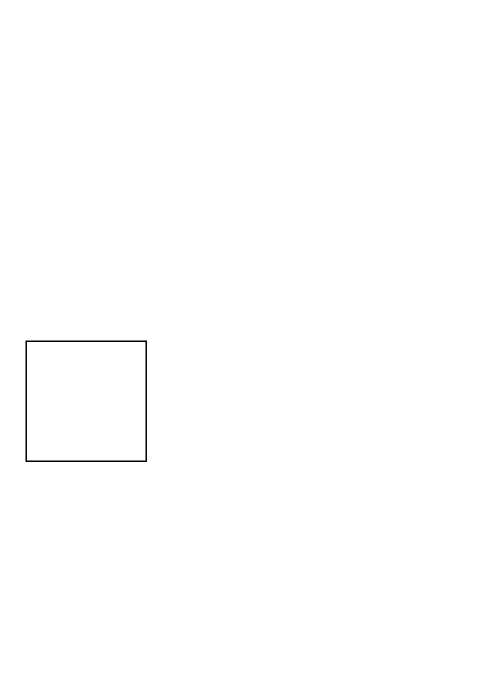
The draw.io diagram Diagram bez tytułu.drawio in SZEWACNTER/Obiekty, before the edit. Source tidied: cells renumbered, new cells numbered last; positions are measured from the earlier drawing's top-left corner, leaving out a move shared by most shapes. Both pictures are drawn from the tidied source at 150%, with x=0, y=0 at pixel (26, 340).
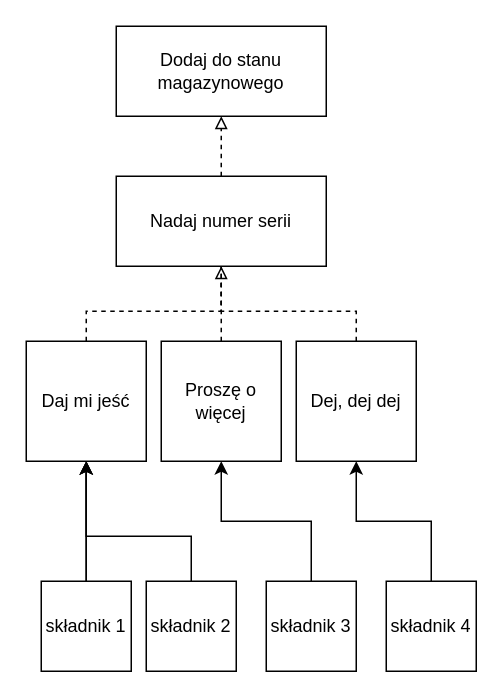
The same diagram, later.

Change to the diagram source:
```diff
@@
-    <mxCell id="2" style="whiteSpace=wrap;html=1;" parent="1" vertex="1">
+    <mxCell id="2" value="Daj mi jeść" style="whiteSpace=wrap;html=1;" parent="1" vertex="1">
       <mxGeometry width="80" height="80" as="geometry" />
     </mxCell>
+    <mxCell id="3" value="Dodaj do stanu magazynowego" style="whiteSpace=wrap;html=1;" parent="1" vertex="1">
+      <mxGeometry x="60" y="-210" width="140" height="60" as="geometry" />
+    </mxCell>
+    <mxCell id="4" style="edgeStyle=orthogonalEdgeStyle;rounded=0;orthogonalLoop=1;jettySize=auto;html=1;exitX=0.5;exitY=1;exitDx=0;exitDy=0;" parent="1" edge="1" source="2" target="2">
+      <mxGeometry relative="1" as="geometry" />
+    </mxCell>
+    <mxCell id="5" value="Proszę o więcej" style="whiteSpace=wrap;html=1;" parent="1" vertex="1">
+      <mxGeometry x="90" width="80" height="80" as="geometry" />
+    </mxCell>
+    <mxCell id="6" value="Dej, dej dej" style="whiteSpace=wrap;html=1;" parent="1" vertex="1">
+      <mxGeometry x="180" width="80" height="80" as="geometry" />
+    </mxCell>
+    <mxCell id="7" style="edgeStyle=orthogonalEdgeStyle;rounded=0;jettySize=auto;html=1;" parent="1" edge="1" source="8" target="2">
+      <mxGeometry relative="1" as="geometry" />
+    </mxCell>
+    <mxCell id="8" value="składnik 1" style="whiteSpace=wrap;html=1;" parent="1" vertex="1">
+      <mxGeometry x="10" y="160" width="60" height="60" as="geometry" />
+    </mxCell>
+    <mxCell id="9" value="składnik 2" style="whiteSpace=wrap;html=1;" parent="1" vertex="1">
+      <mxGeometry x="80" y="160" width="60" height="60" as="geometry" />
+    </mxCell>
+    <mxCell id="10" value="składnik 3" style="whiteSpace=wrap;html=1;" parent="1" vertex="1">
+      <mxGeometry x="160" y="160" width="60" height="60" as="geometry" />
+    </mxCell>
+    <mxCell id="11" value="składnik 4" style="whiteSpace=wrap;html=1;" parent="1" vertex="1">
+      <mxGeometry x="240" y="160" width="60" height="60" as="geometry" />
+    </mxCell>
+    <mxCell id="12" style="endArrow=classic;html=1;rounded=0;entryX=0.5;entryY=1;entryDx=0;entryDy=0;exitX=0.5;exitY=0;exitDx=0;exitDy=0;" parent="1" edge="1" source="8" target="2">
+      <mxGeometry relative="1" as="geometry" />
+    </mxCell>
+    <mxCell id="13" style="endArrow=classic;html=1;rounded=0;exitX=0.5;exitY=0;exitDx=0;exitDy=0;" parent="1" edge="1" source="9">
+      <mxGeometry relative="1" as="geometry">
+        <mxPoint x="40" y="80" as="targetPoint" />
+        <Array as="points">
+          <mxPoint x="110" y="130" />
+          <mxPoint x="40" y="130" />
+        </Array>
+      </mxGeometry>
+    </mxCell>
+    <mxCell id="14" style="endArrow=classic;html=1;rounded=0;exitX=0.5;exitY=0;exitDx=0;exitDy=0;entryX=0.5;entryY=1;entryDx=0;entryDy=0;" parent="1" edge="1" source="10" target="5">
+      <mxGeometry relative="1" as="geometry">
+        <Array as="points">
+          <mxPoint x="190" y="120" />
+          <mxPoint x="130" y="120" />
+        </Array>
+      </mxGeometry>
+    </mxCell>
+    <mxCell id="15" style="endArrow=classic;html=1;rounded=0;exitX=0.5;exitY=0;exitDx=0;exitDy=0;entryX=0.5;entryY=1;entryDx=0;entryDy=0;" parent="1" edge="1" source="11">
+      <mxGeometry relative="1" as="geometry">
+        <mxPoint x="220" y="80" as="targetPoint" />
+        <Array as="points">
+          <mxPoint x="270" y="120" />
+          <mxPoint x="220" y="120" />
+        </Array>
+      </mxGeometry>
+    </mxCell>
+    <mxCell id="16" style="endArrow=none;dashed=1;html=1;rounded=0;entryX=0.5;entryY=1;entryDx=0;entryDy=0;" parent="1" edge="1" target="18">
+      <mxGeometry relative="1" as="geometry">
+        <mxPoint x="40" as="sourcePoint" />
+        <Array as="points">
+          <mxPoint x="40" y="-20" />
+          <mxPoint x="130" y="-20" />
+        </Array>
+      </mxGeometry>
+    </mxCell>
+    <mxCell id="17" style="edgeStyle=orthogonalEdgeStyle;rounded=0;jettySize=auto;html=1;dashed=1;endArrow=block;endFill=0;" parent="1" edge="1" source="18" target="3">
+      <mxGeometry relative="1" as="geometry" />
+    </mxCell>
+    <mxCell id="18" value="Nadaj numer serii" style="whiteSpace=wrap;html=1;" parent="1" vertex="1">
+      <mxGeometry x="60" y="-110" width="140" height="60" as="geometry" />
+    </mxCell>
+    <mxCell id="19" style="endArrow=none;dashed=1;html=1;rounded=0;" parent="1" edge="1">
+      <mxGeometry relative="1" as="geometry">
+        <mxPoint x="220" as="sourcePoint" />
+        <mxPoint x="130" y="-50" as="targetPoint" />
+        <Array as="points">
+          <mxPoint x="220" y="-20" />
+          <mxPoint x="130" y="-20" />
+        </Array>
+      </mxGeometry>
+    </mxCell>
+    <mxCell id="20" style="endArrow=block;dashed=1;html=1;rounded=0;entryX=0.5;entryY=1;entryDx=0;entryDy=0;endFill=0;" parent="1" edge="1" target="18">
+      <mxGeometry relative="1" as="geometry">
+        <mxPoint x="130" as="sourcePoint" />
+      </mxGeometry>
+    </mxCell>
```
